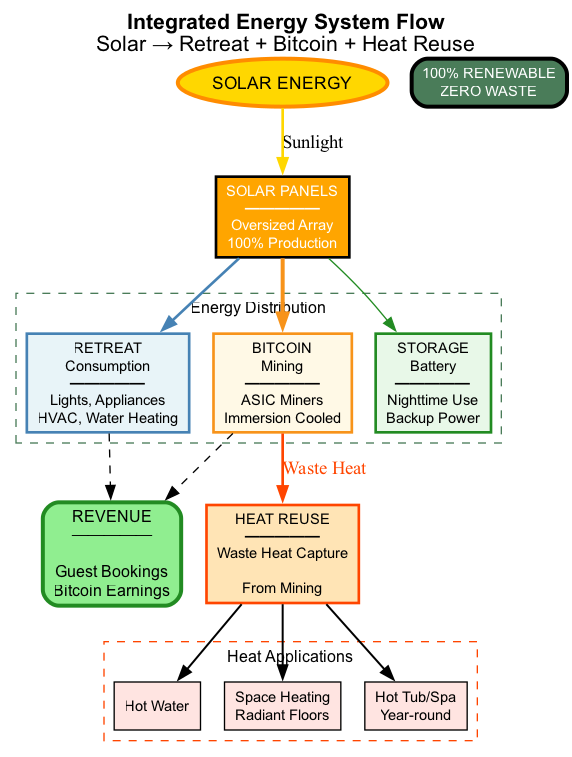
Above: assets/diagrams/energy_flow.png in offgridfarmstays/website (Graphviz), before the change. Its source is kept beside it as scripts/image-generation/diagrams/energy_flow.dot.
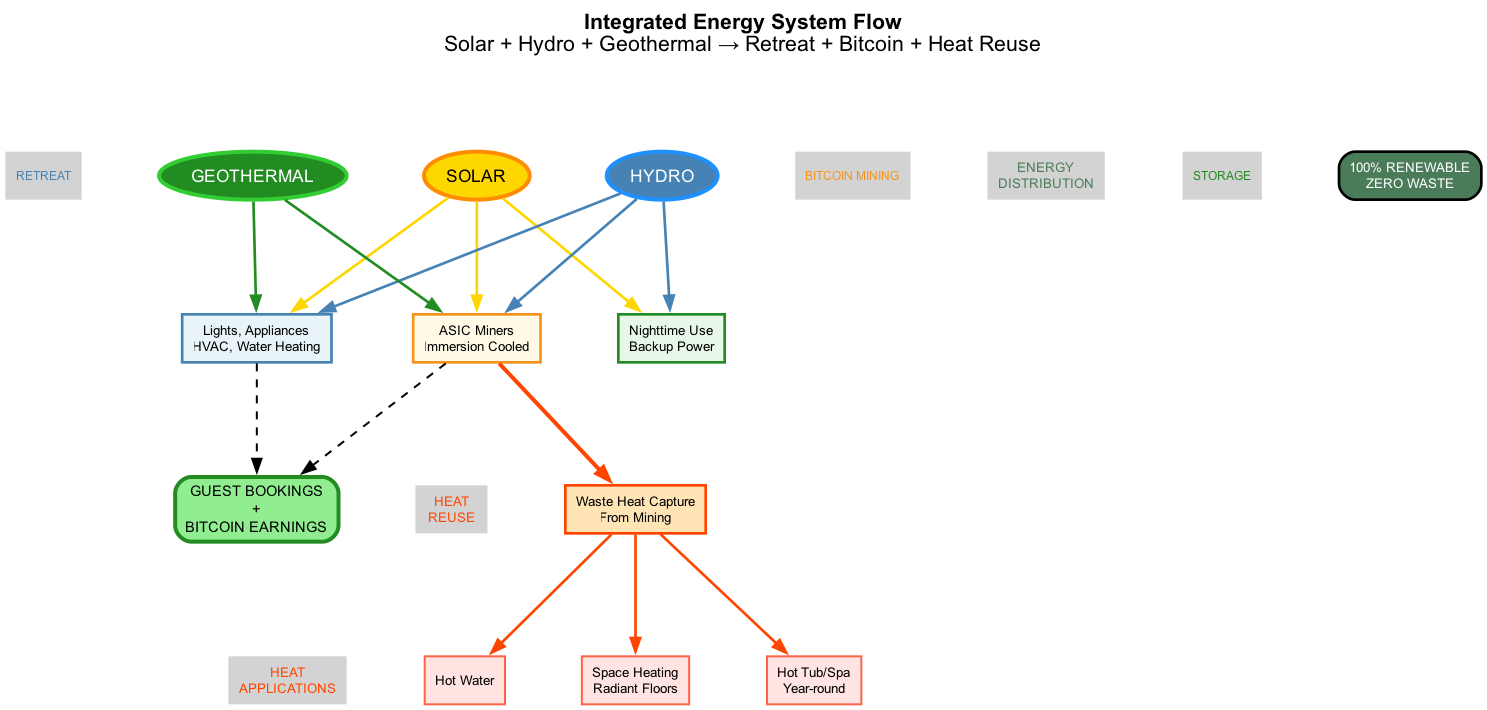
The same file after the commit.

Commit message:
Redesign energy flow diagram for better readability

Change to the diagram source:
```diff
@@ -4,57 +4,73 @@
     bgcolor="transparent";
     fontname="Arial";
     compound=true;
+    nodesep=0.8;
+    ranksep=1.2;
 
     node [fontname="Arial", fontsize=11, style=filled];
 
-    sun [label="SOLAR ENERGY", shape=ellipse, fillcolor="#FFD700", fontcolor=black, penwidth=3, color="#FF8C00", fontsize=13];
+    solar [label="SOLAR", shape=ellipse, fillcolor="#FFD700", fontcolor=black, penwidth=3, color="#FF8C00", fontsize=13];
+    hydro [label="HYDRO", shape=ellipse, fillcolor="#4682B4", fontcolor=white, penwidth=3, color="#1E90FF", fontsize=13];
+    geo [label="GEOTHERMAL", shape=ellipse, fillcolor="#228B22", fontcolor=white, penwidth=3, color="#32CD32", fontsize=13];
 
-    solar [label="SOLAR PANELS\n━━━━━\nOversized Array\n100% Production", shape=box, fillcolor="#FFA500", fontcolor=white, penwidth=2];
+    dist_label [label="ENERGY\nDISTRIBUTION", shape=plaintext, fontsize=10, fontcolor="#4A7C59"];
 
-    subgraph cluster_distribution {
-        label="Energy Distribution";
-        style=dashed;
-        color="#4A7C59";
-        fontsize=12;
+    retreat [label="Lights, Appliances\nHVAC, Water Heating", shape=box, fillcolor="#E8F4F8", color="#4682B4", penwidth=2, fontsize=10];
+    mining [label="ASIC Miners\nImmersion Cooled", shape=box, fillcolor="#FFF9E6", color="#F7931A", penwidth=2, fontsize=10];
+    battery [label="Nighttime Use\nBackup Power", shape=box, fillcolor="#E8F8E8", color="#228B22", penwidth=2, fontsize=10];
 
-        retreat [label="RETREAT\nConsumption\n━━━━━\nLights, Appliances\nHVAC, Water Heating", shape=box, fillcolor="#E8F4F8", color="#4682B4", penwidth=2];
+    retreat_label [label="RETREAT", shape=plaintext, fontsize=9, fontcolor="#4682B4"];
+    mining_label [label="BITCOIN MINING", shape=plaintext, fontsize=9, fontcolor="#F7931A"];
+    battery_label [label="STORAGE", shape=plaintext, fontsize=9, fontcolor="#228B22"];
 
-        mining [label="BITCOIN\nMining\n━━━━━\nASIC Miners\nImmersion Cooled", shape=box, fillcolor="#FFF9E6", color="#F7931A", penwidth=2];
+    heat_label [label="HEAT\nREUSE", shape=plaintext, fontsize=10, fontcolor="#FF4500"];
 
-        battery [label="STORAGE\nBattery\n━━━━━\nNighttime Use\nBackup Power", shape=box, fillcolor="#E8F8E8", color="#228B22", penwidth=2];
-    }
+    heat [label="Waste Heat Capture\nFrom Mining", shape=box, fillcolor="#FFE4B5", color="#FF4500", penwidth=2, fontsize=10];
 
-    heat [label="HEAT REUSE\n━━━━━\nWaste Heat Capture\n\nFrom Mining", shape=box, fillcolor="#FFE4B5", color="#FF4500", penwidth=2];
+    heat_apps_label [label="HEAT\nAPPLICATIONS", shape=plaintext, fontsize=10, fontcolor="#FF4500"];
 
-    subgraph cluster_heat_use {
-        label="Heat Applications";
-        style=dashed;
-        color="#FF4500";
-        fontsize=12;
+    hotwater [label="Hot Water", shape=box, fillcolor="#FFE4E1", color="#FF6347", penwidth=1.5, fontsize=10];
+    heating [label="Space Heating\nRadiant Floors", shape=box, fillcolor="#FFE4E1", color="#FF6347", penwidth=1.5, fontsize=10];
+    hottub [label="Hot Tub/Spa\nYear-round", shape=box, fillcolor="#FFE4E1", color="#FF6347", penwidth=1.5, fontsize=10];
 
-        hotwater [label="Hot Water", shape=box, fillcolor="#FFE4E1"];
-        heating [label="Space Heating\nRadiant Floors", shape=box, fillcolor="#FFE4E1"];
-        hottub [label="Hot Tub/Spa\nYear-round", shape=box, fillcolor="#FFE4E1"];
-    }
+    revenue [label="GUEST BOOKINGS\n+\nBITCOIN EARNINGS", shape=box, style="filled,rounded", fillcolor="#90EE90", color="#228B22", penwidth=3, fontsize=11];
 
-    revenue [label="REVENUE\n━━━━━\n\nGuest Bookings\nBitcoin Earnings", shape=box, style="filled,rounded", fillcolor="#90EE90", color="#228B22", penwidth=3, fontsize=12];
+    badge [label="100% RENEWABLE\nZERO WASTE", shape=box, style="filled,rounded", fillcolor="#4A7C59", fontcolor=white, penwidth=2, fontsize=10];
 
-    sun -> solar [label="Sunlight", penwidth=2, color="#FFD700"];
-    solar -> retreat [penwidth=2, color="#4682B4"];
-    solar -> mining [penwidth=3, color="#F7931A"];
-    solar -> battery [penwidth=1, color="#228B22"];
+    {rank=same; solar; hydro; geo;}
+    {rank=same; dist_label; retreat_label; mining_label; battery_label;}
+    {rank=same; retreat; mining; battery;}
+    {rank=same; heat_label; heat;}
+    {rank=same; heat_apps_label; hotwater; heating; hottub;}
 
-    mining -> heat [label="Waste Heat", penwidth=2, color="#FF4500", fontcolor="#FF4500"];
-    heat -> hotwater [penwidth=1.5];
-    heat -> heating [penwidth=1.5];
-    heat -> hottub [penwidth=1.5];
+    solar -> retreat [penwidth=2, color="#FFD700"];
+    solar -> mining [penwidth=2, color="#FFD700"];
+    solar -> battery [penwidth=2, color="#FFD700"];
 
-    retreat -> revenue [style=dashed];
-    mining -> revenue [style=dashed];
+    hydro -> retreat [penwidth=2, color="#4682B4"];
+    hydro -> mining [penwidth=2, color="#4682B4"];
+    hydro -> battery [penwidth=2, color="#4682B4"];
 
-    badge [label="100% RENEWABLE\nZERO WASTE", shape=box, style="filled,rounded", fillcolor="#4A7C59", fontcolor=white, penwidth=3];
+    geo -> retreat [penwidth=2, color="#228B22"];
+    geo -> mining [penwidth=2, color="#228B22"];
+
+    dist_label -> retreat_label [style=invis];
+    retreat_label -> retreat [style=invis];
+    mining_label -> mining [style=invis];
+    battery_label -> battery [style=invis];
+
+    mining -> heat [penwidth=3, color="#FF4500"];
+    heat_label -> heat [style=invis];
+
+    heat -> hotwater [penwidth=2, color="#FF4500"];
+    heat -> heating [penwidth=2, color="#FF4500"];
+    heat -> hottub [penwidth=2, color="#FF4500"];
+    heat_apps_label -> hotwater [style=invis];
+
+    retreat -> revenue [style=dashed, penwidth=1.5];
+    mining -> revenue [style=dashed, penwidth=1.5];
 
     labelloc="t";
-    label=<<b>Integrated Energy System Flow</b><br/>Solar → Retreat + Bitcoin + Heat Reuse>;
+    label=<<b>Integrated Energy System Flow</b><br/>Solar + Hydro + Geothermal → Retreat + Bitcoin + Heat Reuse>;
     fontsize=16;
 }
```
